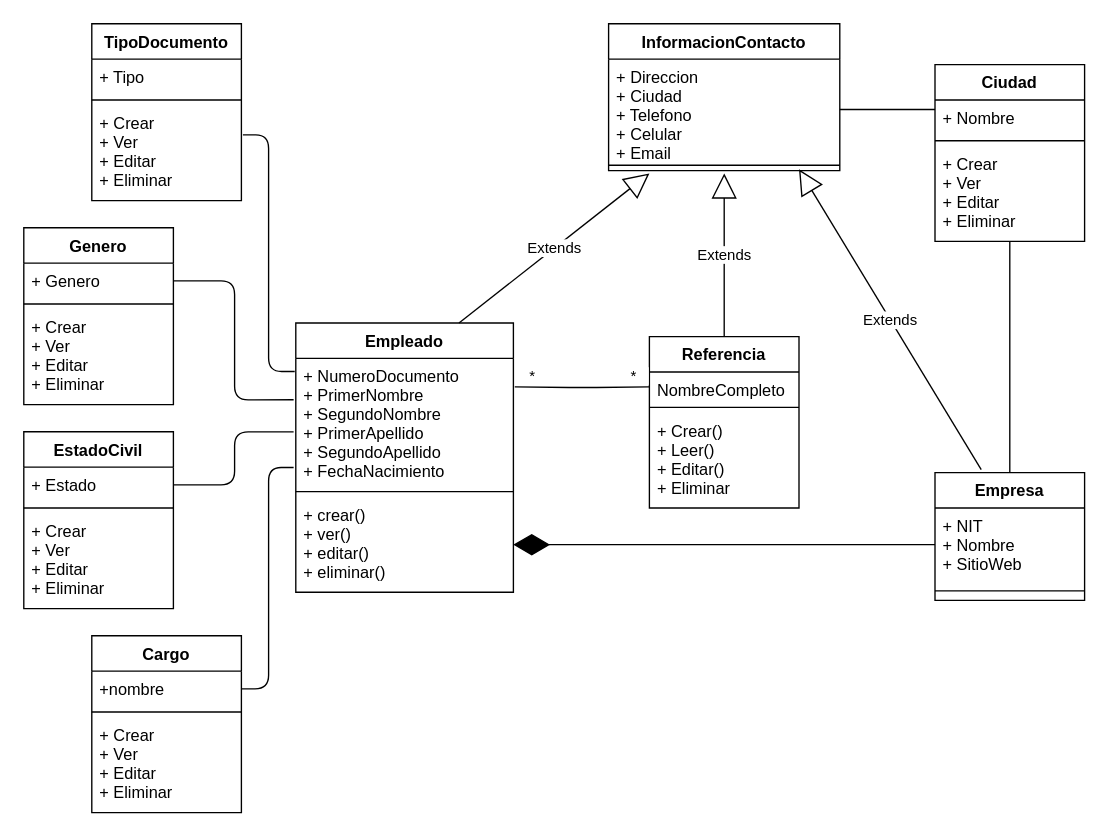
The draw.io diagram DiagramaDeClases.drawio in shaten10/hdv, before the edit. Source tidied: cells renumbered, new cells numbered last; positions are measured from the earlier drawing's top-left corner, leaving out a move shared by most shapes. Both pictures are drawn from the tidied source at 136%, with x=0, y=0 at pixel (23, 23).
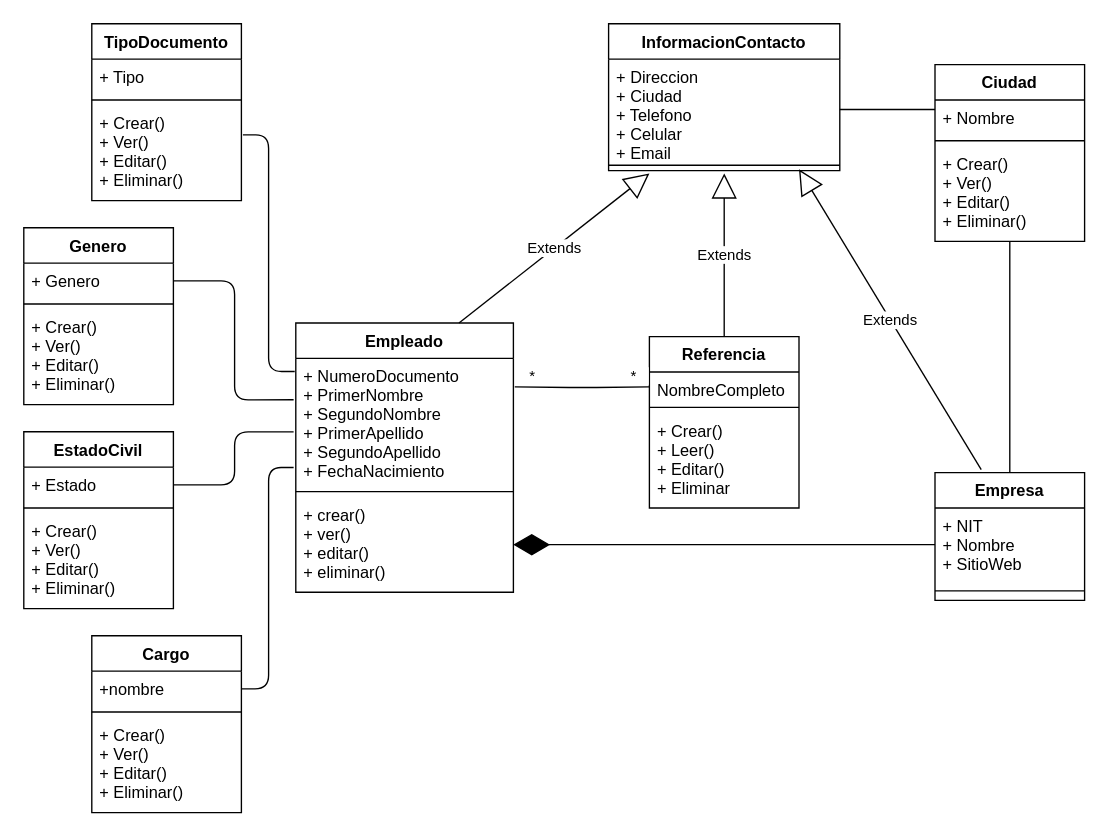
The same page after the edit.

The change refers to these unchanged cells:
```xml
<mxCell id="19" value="Cargo" style="swimlane;fontStyle=1;align=center;verticalAlign=top;horizontal=1;startSize=26;" parent="1" vertex="1">
  <mxGeometry x="50" y="450" width="110" height="130" as="geometry" />
</mxCell>
<mxCell id="23" value="Genero" style="swimlane;fontStyle=1;align=center;verticalAlign=top;horizontal=1;startSize=26;" parent="1" vertex="1">
  <mxGeometry y="150" width="110" height="130" as="geometry" />
</mxCell>
<mxCell id="27" value="EstadoCivil" style="swimlane;fontStyle=1;align=center;verticalAlign=top;horizontal=1;startSize=26;" parent="1" vertex="1">
  <mxGeometry y="300" width="110" height="130" as="geometry" />
</mxCell>
<mxCell id="31" value="TipoDocumento" style="swimlane;fontStyle=1;align=center;verticalAlign=top;horizontal=1;startSize=26;" parent="1" vertex="1">
  <mxGeometry x="50" width="110" height="130" as="geometry" />
</mxCell>
<mxCell id="35" value="Ciudad" style="swimlane;fontStyle=1;align=center;verticalAlign=top;horizontal=1;startSize=26;" parent="1" vertex="1">
  <mxGeometry x="670" y="30" width="110" height="130" as="geometry" />
</mxCell>
```

Change to the diagram source:
```diff
@@
-    <mxCell id="22" value="+ Crear&#10;+ Ver&#10;+ Editar&#10;+ Eliminar" style="text;strokeColor=none;fillColor=none;align=left;verticalAlign=top;spacingLeft=4;spacingRight=4;overflow=hidden;" parent="19" vertex="1">
+    <mxCell id="22" value="+ Crear()&#10;+ Ver()&#10;+ Editar()&#10;+ Eliminar()" style="text;strokeColor=none;fillColor=none;align=left;verticalAlign=top;spacingLeft=4;spacingRight=4;overflow=hidden;" parent="19" vertex="1">
       <mxGeometry y="60" width="110" height="70" as="geometry" />
     </mxCell>
@@
-    <mxCell id="26" value="+ Crear&#10;+ Ver&#10;+ Editar&#10;+ Eliminar" style="text;strokeColor=none;fillColor=none;align=left;verticalAlign=top;spacingLeft=4;spacingRight=4;overflow=hidden;" parent="23" vertex="1">
+    <mxCell id="26" value="+ Crear()&#10;+ Ver()&#10;+ Editar()&#10;+ Eliminar()" style="text;strokeColor=none;fillColor=none;align=left;verticalAlign=top;spacingLeft=4;spacingRight=4;overflow=hidden;" parent="23" vertex="1">
       <mxGeometry y="60" width="110" height="70" as="geometry" />
     </mxCell>
@@
-    <mxCell id="30" value="+ Crear&#10;+ Ver&#10;+ Editar&#10;+ Eliminar" style="text;strokeColor=none;fillColor=none;align=left;verticalAlign=top;spacingLeft=4;spacingRight=4;overflow=hidden;" parent="27" vertex="1">
+    <mxCell id="30" value="+ Crear()&#10;+ Ver()&#10;+ Editar()&#10;+ Eliminar()" style="text;strokeColor=none;fillColor=none;align=left;verticalAlign=top;spacingLeft=4;spacingRight=4;overflow=hidden;" parent="27" vertex="1">
       <mxGeometry y="60" width="110" height="70" as="geometry" />
     </mxCell>
@@
-    <mxCell id="34" value="+ Crear&#10;+ Ver&#10;+ Editar&#10;+ Eliminar" style="text;strokeColor=none;fillColor=none;align=left;verticalAlign=top;spacingLeft=4;spacingRight=4;overflow=hidden;points=[[0,0.5],[1,0.5]];portConstraint=eastwest;" parent="31" vertex="1">
+    <mxCell id="34" value="+ Crear()&#10;+ Ver()&#10;+ Editar()&#10;+ Eliminar()" style="text;strokeColor=none;fillColor=none;align=left;verticalAlign=top;spacingLeft=4;spacingRight=4;overflow=hidden;points=[[0,0.5],[1,0.5]];portConstraint=eastwest;" parent="31" vertex="1">
       <mxGeometry y="60" width="110" height="70" as="geometry" />
     </mxCell>
@@
-    <mxCell id="38" value="+ Crear&#10;+ Ver&#10;+ Editar&#10;+ Eliminar" style="text;strokeColor=none;fillColor=none;align=left;verticalAlign=top;spacingLeft=4;spacingRight=4;overflow=hidden;points=[[0,0.5],[1,0.5]];portConstraint=eastwest;" parent="35" vertex="1">
+    <mxCell id="38" value="+ Crear()&#10;+ Ver()&#10;+ Editar()&#10;+ Eliminar()" style="text;strokeColor=none;fillColor=none;align=left;verticalAlign=top;spacingLeft=4;spacingRight=4;overflow=hidden;points=[[0,0.5],[1,0.5]];portConstraint=eastwest;" parent="35" vertex="1">
       <mxGeometry y="60" width="110" height="70" as="geometry" />
     </mxCell>
```
